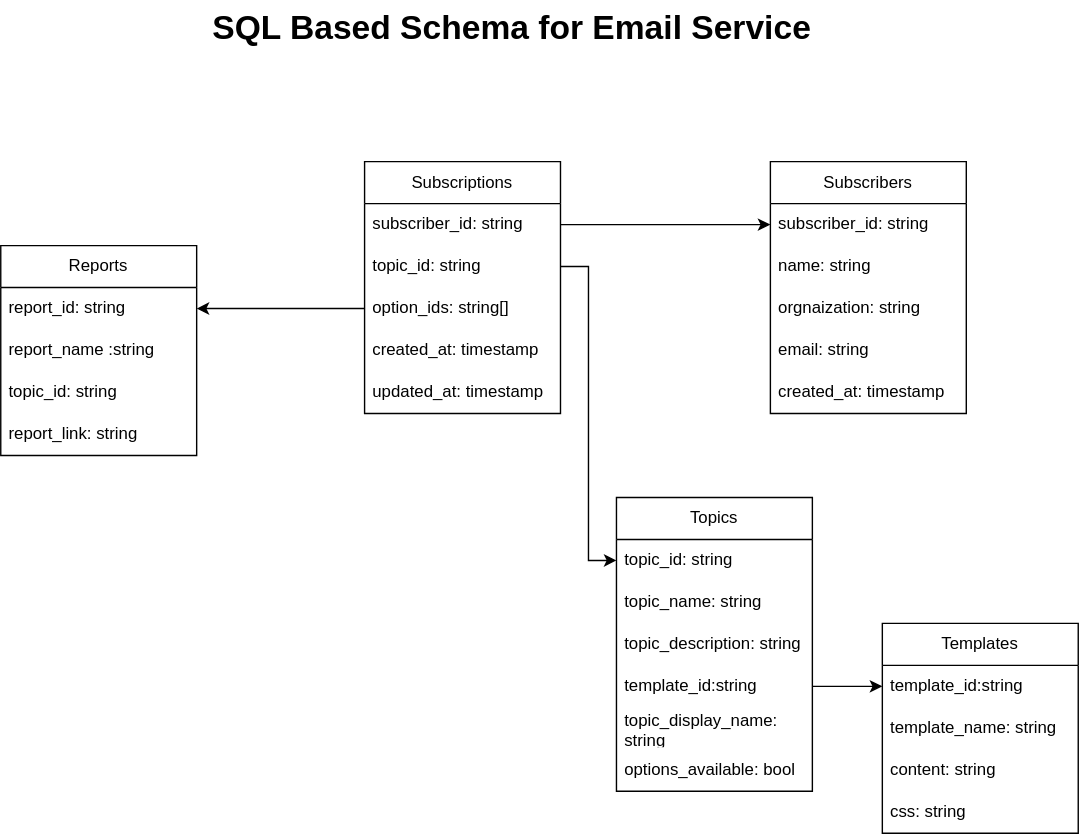
jst-seminar-rostlab-tum/wfp-hungermap-docs keeps this draw.io diagram as docs/docs/email_service/assets/database_schema.svg. Above is the earlier version. Source tidied: cells renumbered, new cells last; positions are measured from the earlier drawing's top-left corner, leaving out a move shared by most shapes.
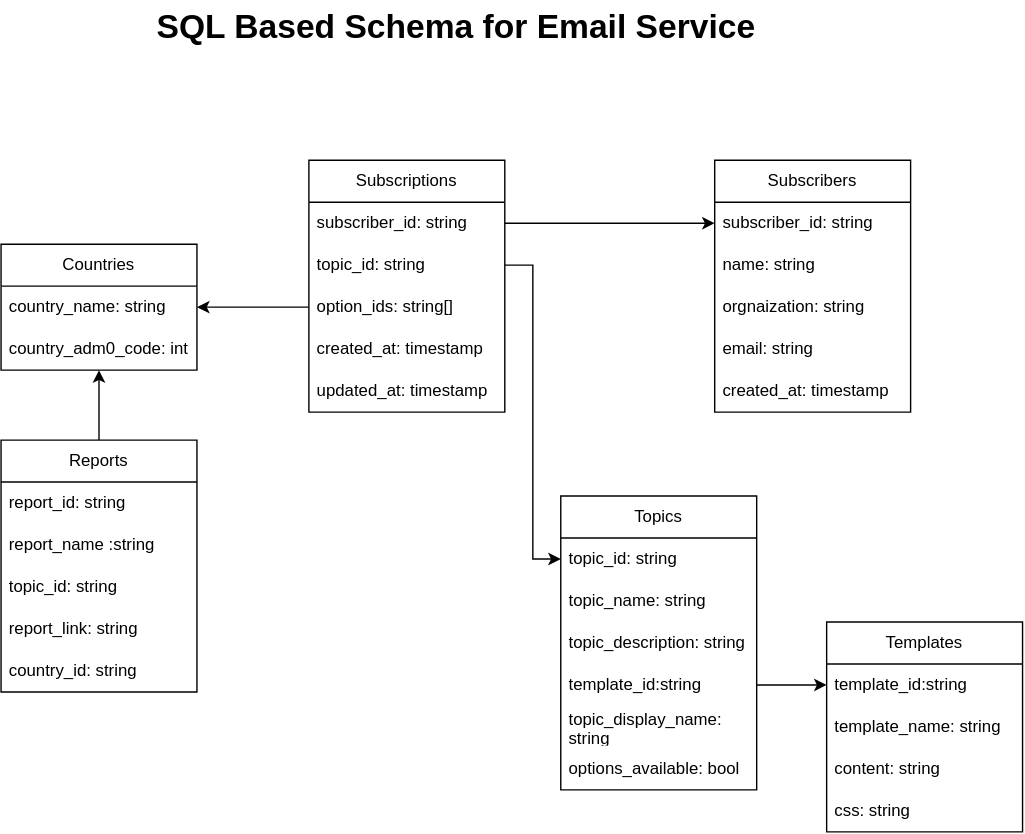
Above is the later version.

Commit message:
added changes db countries collection refactor (#52)

What changed in the source:
```diff
@@ -5,9 +5,9 @@
     <mxCell id="2" value="Subscriptions" style="swimlane;fontStyle=0;horizontal=1;startSize=30;whiteSpace=wrap;html=1;" parent="1" vertex="1">
       <mxGeometry x="260" y="115" width="140" height="180" as="geometry" />
     </mxCell>
-    <mxCell id="3" value="subscriber_id: string" style="text;strokeColor=none;fillColor=none;align=left;verticalAlign=middle;spacingLeft=4;spacingRight=4;overflow=hidden;points=[[0,0.5],[1,0.5]];portConstraint=eastwest;whiteSpace=wrap;html=1;" parent="2" vertex="1">
-      <mxGeometry y="30" width="140" height="30" as="geometry" />
-    </mxCell>
+    <mxCell id="36" value="subscriber_id: string" style="text;strokeColor=none;fillColor=none;align=left;verticalAlign=middle;spacingLeft=4;spacingRight=4;overflow=hidden;points=[[0,0.5],[1,0.5]];portConstraint=eastwest;whiteSpace=wrap;html=1;" parent="2" vertex="1">
+      <mxGeometry y="30" width="140" height="30" as="geometry" />
+    </mxCell>
     <mxCell id="4" value="topic_id: string" style="text;strokeColor=none;fillColor=none;align=left;verticalAlign=middle;spacingLeft=4;spacingRight=4;overflow=hidden;points=[[0,0.5],[1,0.5]];portConstraint=eastwest;whiteSpace=wrap;html=1;" parent="2" vertex="1">
       <mxGeometry y="60" width="140" height="30" as="geometry" />
     </mxCell>
@@ -21,7 +21,7 @@
       <mxGeometry y="150" width="140" height="30" as="geometry" />
     </mxCell>
     <mxCell id="8" value="Reports" style="swimlane;fontStyle=0;horizontal=1;startSize=30;whiteSpace=wrap;html=1;" parent="1" vertex="1">
-      <mxGeometry y="175" width="140" height="150" as="geometry" />
+      <mxGeometry x="40" y="315" width="140" height="180" as="geometry" />
     </mxCell>
     <mxCell id="9" value="report_id: string" style="text;strokeColor=none;fillColor=none;align=left;verticalAlign=middle;spacingLeft=4;spacingRight=4;overflow=hidden;points=[[0,0.5],[1,0.5]];portConstraint=eastwest;whiteSpace=wrap;html=1;" parent="8" vertex="1">
       <mxGeometry y="30" width="140" height="30" as="geometry" />
@@ -35,12 +35,15 @@
     <mxCell id="12" value="report_link: string" style="text;strokeColor=none;fillColor=none;align=left;verticalAlign=middle;spacingLeft=4;spacingRight=4;overflow=hidden;whiteSpace=wrap;html=1;" parent="8" vertex="1">
       <mxGeometry y="120" width="140" height="30" as="geometry" />
     </mxCell>
+    <mxCell id="37" value="country_id: string" style="text;strokeColor=none;fillColor=none;align=left;verticalAlign=middle;spacingLeft=4;spacingRight=4;overflow=hidden;whiteSpace=wrap;html=1;" parent="8" vertex="1">
+      <mxGeometry y="150" width="140" height="30" as="geometry" />
+    </mxCell>
     <mxCell id="13" value="Subscribers" style="swimlane;fontStyle=0;horizontal=1;startSize=30;whiteSpace=wrap;html=1;" parent="1" vertex="1">
       <mxGeometry x="550" y="115" width="140" height="180" as="geometry" />
     </mxCell>
-    <mxCell id="14" value="subscriber_id: string" style="text;strokeColor=none;fillColor=none;align=left;verticalAlign=middle;spacingLeft=4;spacingRight=4;overflow=hidden;points=[[0,0.5],[1,0.5]];portConstraint=eastwest;whiteSpace=wrap;html=1;" parent="13" vertex="1">
-      <mxGeometry y="30" width="140" height="30" as="geometry" />
-    </mxCell>
+    <mxCell id="38" value="subscriber_id: string" style="text;strokeColor=none;fillColor=none;align=left;verticalAlign=middle;spacingLeft=4;spacingRight=4;overflow=hidden;points=[[0,0.5],[1,0.5]];portConstraint=eastwest;whiteSpace=wrap;html=1;" parent="13" vertex="1">
+      <mxGeometry y="30" width="140" height="30" as="geometry" />
+    </mxCell>
     <mxCell id="15" value="name: string" style="text;strokeColor=none;fillColor=none;align=left;verticalAlign=middle;spacingLeft=4;spacingRight=4;overflow=hidden;whiteSpace=wrap;html=1;" parent="13" vertex="1">
       <mxGeometry y="60" width="140" height="30" as="geometry" />
     </mxCell>
@@ -89,20 +92,32 @@
     <mxCell id="30" value="css: string" style="text;strokeColor=none;fillColor=none;align=left;verticalAlign=middle;spacingLeft=4;spacingRight=4;overflow=hidden;whiteSpace=wrap;html=1;" parent="26" vertex="1">
       <mxGeometry y="120" width="140" height="30" as="geometry" />
     </mxCell>
-    <mxCell id="31" style="edgeStyle=orthogonalEdgeStyle;rounded=0;jettySize=auto;html=1;" parent="1" edge="1" source="5" target="9">
-      <mxGeometry relative="1" as="geometry" />
-    </mxCell>
     <mxCell id="32" style="edgeStyle=orthogonalEdgeStyle;rounded=0;jettySize=auto;html=1;entryX=0;entryY=0.5;entryDx=0;entryDy=0;" parent="1" edge="1" source="23" target="27">
       <mxGeometry relative="1" as="geometry" />
     </mxCell>
     <mxCell id="33" style="edgeStyle=orthogonalEdgeStyle;rounded=0;jettySize=auto;html=1;entryX=0;entryY=0.5;entryDx=0;entryDy=0;" parent="1" edge="1" source="4" target="20">
       <mxGeometry relative="1" as="geometry" />
     </mxCell>
-    <mxCell id="34" style="edgeStyle=orthogonalEdgeStyle;rounded=0;jettySize=auto;html=1;entryX=0;entryY=0.5;entryDx=0;entryDy=0;" parent="1" edge="1" source="3" target="14">
-      <mxGeometry relative="1" as="geometry" />
-    </mxCell>
+    <mxCell id="39" style="edgeStyle=orthogonalEdgeStyle;rounded=0;jettySize=auto;html=1;entryX=0;entryY=0.5;entryDx=0;entryDy=0;" parent="1" edge="1" source="36" target="38">
+      <mxGeometry relative="1" as="geometry" />
+    </mxCell>
     <mxCell id="35" value="&lt;font face=&quot;Helvetica&quot; style=&quot;font-size: 24px;&quot;&gt;&lt;b&gt;SQL Based Schema for Email Service&lt;/b&gt;&lt;/font&gt;" style="text;html=1;align=center;verticalAlign=middle;strokeColor=none;fillColor=none;" parent="1" vertex="1">
       <mxGeometry x="140" width="450" height="40" as="geometry" />
     </mxCell>
+    <mxCell id="40" value="Countries" style="swimlane;fontStyle=0;horizontal=1;startSize=30;whiteSpace=wrap;html=1;" parent="1" vertex="1">
+      <mxGeometry x="40" y="175" width="140" height="90" as="geometry" />
+    </mxCell>
+    <mxCell id="41" value="country_name: string" style="text;strokeColor=none;fillColor=none;align=left;verticalAlign=middle;spacingLeft=4;spacingRight=4;overflow=hidden;whiteSpace=wrap;html=1;" parent="40" vertex="1">
+      <mxGeometry y="30" width="140" height="30" as="geometry" />
+    </mxCell>
+    <mxCell id="42" value="country_adm0_code: int" style="text;strokeColor=none;fillColor=none;align=left;verticalAlign=middle;spacingLeft=4;spacingRight=4;overflow=hidden;points=[[0,0.5],[1,0.5]];portConstraint=eastwest;whiteSpace=wrap;html=1;" parent="40" vertex="1">
+      <mxGeometry y="60" width="140" height="30" as="geometry" />
+    </mxCell>
+    <mxCell id="43" style="edgeStyle=orthogonalEdgeStyle;rounded=0;jettySize=auto;html=1;entryX=1;entryY=0.5;entryDx=0;entryDy=0;" parent="1" edge="1" source="5" target="40">
+      <mxGeometry relative="1" as="geometry" />
+    </mxCell>
+    <mxCell id="44" style="edgeStyle=orthogonalEdgeStyle;rounded=0;jettySize=auto;html=1;entryX=0.5;entryY=1;entryDx=0;entryDy=0;entryPerimeter=0;" parent="1" edge="1" source="8" target="42">
+      <mxGeometry relative="1" as="geometry" />
+    </mxCell>
   </root>
 </mxGraphModel>
```
